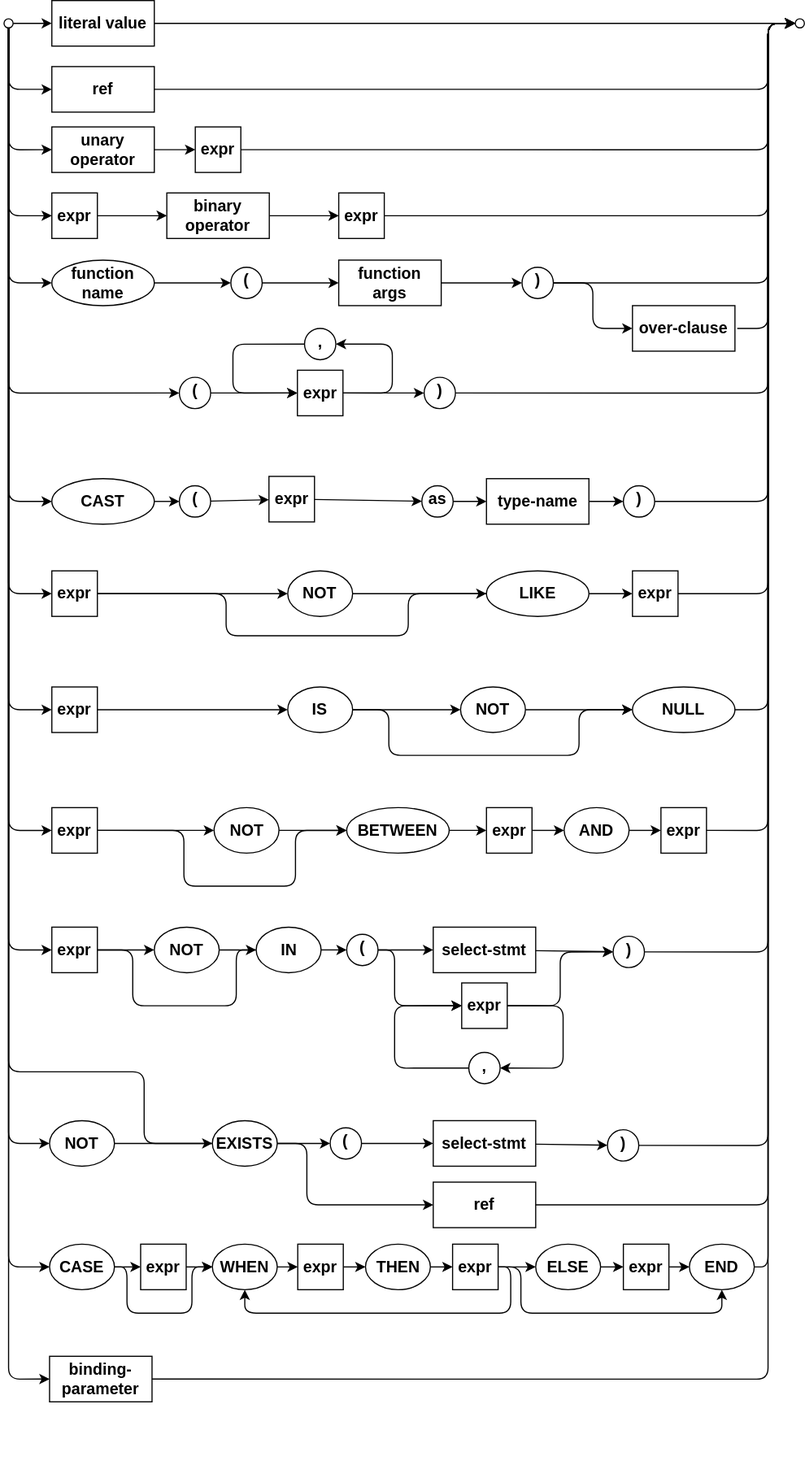
Earlier version of the draw.io export assets/cxl/expr.drawio.svg (capire/docs). Source tidied: cells renumbered, new cells last; positions are measured from the earlier drawing's top-left corner, leaving out a move shared by most shapes.
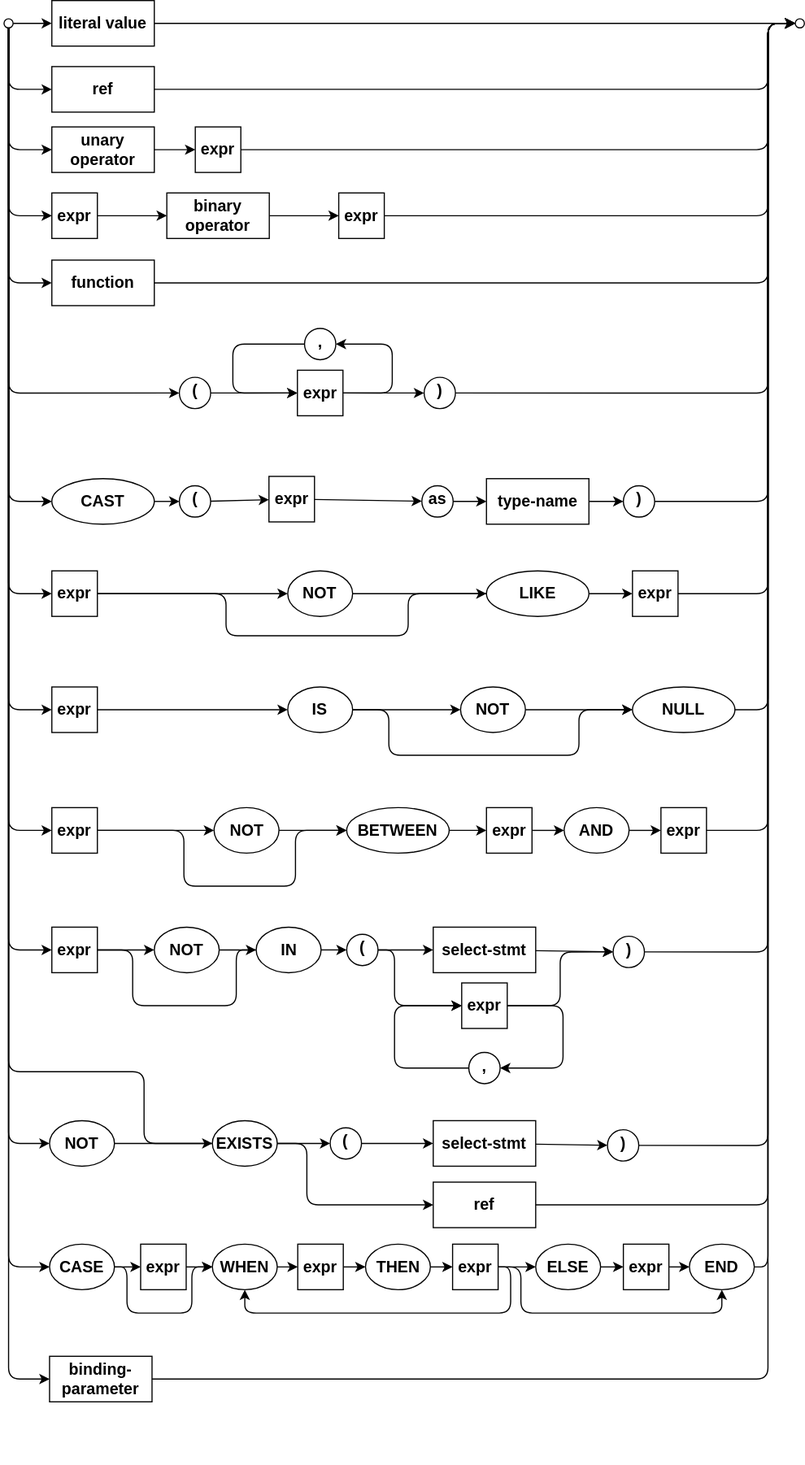
After the change.

The edit, as a diff of the source:
```diff
@@ -75,25 +75,7 @@
         </Array>
       </mxGeometry>
     </mxCell>
-    <mxCell id="20" style="edgeStyle=entityRelationEdgeStyle;startArrow=none;endArrow=classic;segment=10;curved=1;sourcePerimeterSpacing=0;targetPerimeterSpacing=0;endFill=1;textDirection=ltr;verticalAlign=middle;spacing=2;strokeWidth=1;fontSize=14;fontStyle=1;horizontal=1;html=1;labelBorderColor=none;textShadow=0;" parent="1" edge="1" source="21" target="23">
-      <mxGeometry relative="1" as="geometry" />
-    </mxCell>
-    <mxCell id="21" value="function name" style="ellipse;align=center;newEdgeStyle={&quot;edgeStyle&quot;:&quot;entityRelationEdgeStyle&quot;,&quot;startArrow&quot;:&quot;none&quot;,&quot;endArrow&quot;:&quot;none&quot;,&quot;segment&quot;:10,&quot;curved&quot;:1,&quot;sourcePerimeterSpacing&quot;:0,&quot;targetPerimeterSpacing&quot;:0};textDirection=ltr;verticalAlign=middle;spacing=2;strokeWidth=1;fontSize=14;fontStyle=1;horizontal=1;whiteSpace=wrap;html=1;labelBorderColor=none;textShadow=0;" parent="1" vertex="1">
-      <mxGeometry x="42" y="228" width="90" height="40" as="geometry" />
-    </mxCell>
-    <mxCell id="22" style="edgeStyle=none;textDirection=ltr;verticalAlign=middle;spacing=2;strokeWidth=1;fontSize=14;fontStyle=1;horizontal=1;html=1;labelBorderColor=none;textShadow=0;" parent="1" edge="1" source="23" target="25">
-      <mxGeometry relative="1" as="geometry" />
-    </mxCell>
-    <mxCell id="23" value="(" style="ellipse;verticalAlign=middle;spacingBottom=4;textDirection=ltr;spacing=2;strokeWidth=1;fontSize=14;fontStyle=1;horizontal=1;whiteSpace=wrap;html=1;labelBorderColor=none;textShadow=0;" parent="1" vertex="1">
-      <mxGeometry x="199.2" y="234.2" width="27.5" height="27.5" as="geometry" />
-    </mxCell>
-    <mxCell id="24" style="edgeStyle=none;entryX=0;entryY=0.5;entryDx=0;entryDy=0;textDirection=ltr;verticalAlign=middle;spacing=2;strokeWidth=1;fontSize=14;fontStyle=1;horizontal=1;html=1;labelBorderColor=none;textShadow=0;" parent="1" edge="1" source="25" target="32">
-      <mxGeometry relative="1" as="geometry" />
-    </mxCell>
-    <mxCell id="25" value="function args" style="rounded=0;strokeWidth=1;arcSize=37;textDirection=ltr;verticalAlign=middle;spacing=2;fontSize=14;fontStyle=1;horizontal=1;whiteSpace=wrap;html=1;labelBorderColor=none;textShadow=0;perimeterSpacing=0;fillStyle=auto;" parent="1" vertex="1">
-      <mxGeometry x="294" y="228" width="90" height="40" as="geometry" />
-    </mxCell>
-    <mxCell id="26" style="edgeStyle=orthogonalEdgeStyle;rounded=1;jettySize=auto;exitX=1;exitY=0.5;exitDx=0;exitDy=0;entryX=0;entryY=0.5;entryDx=0;entryDy=0;startArrow=none;startFill=0;endArrow=classic;endFill=1;startSize=6;endSize=6;align=center;textDirection=ltr;verticalAlign=middle;spacing=2;strokeWidth=1;fontSize=14;fontStyle=1;horizontal=1;html=1;labelBorderColor=none;textShadow=0;" parent="1" edge="1" source="32" target="7">
+    <mxCell id="26" style="edgeStyle=orthogonalEdgeStyle;rounded=1;jettySize=auto;exitX=1;exitY=0.5;exitDx=0;exitDy=0;entryX=0;entryY=0.5;entryDx=0;entryDy=0;startArrow=none;startFill=0;endArrow=classic;endFill=1;startSize=6;endSize=6;align=center;textDirection=ltr;verticalAlign=middle;spacing=2;strokeWidth=1;fontSize=14;fontStyle=1;horizontal=1;html=1;labelBorderColor=none;textShadow=0;" parent="1" edge="1" source="153" target="7">
       <mxGeometry relative="1" as="geometry">
         <Array as="points">
           <mxPoint x="671" y="248" />
@@ -101,13 +83,7 @@
         </Array>
       </mxGeometry>
     </mxCell>
-    <mxCell id="27" value="over-clause" style="rounded=0;strokeWidth=1;arcSize=37;textDirection=ltr;verticalAlign=middle;spacing=2;fontSize=14;fontStyle=1;horizontal=1;whiteSpace=wrap;html=1;labelBorderColor=none;textShadow=0;" parent="1" vertex="1">
-      <mxGeometry x="552" y="268" width="90" height="40" as="geometry" />
-    </mxCell>
-    <mxCell id="28" style="edgeStyle=orthogonalEdgeStyle;rounded=1;jettySize=auto;exitX=1;exitY=0.5;exitDx=0;exitDy=0;entryX=0;entryY=0.5;entryDx=0;entryDy=0;startArrow=none;startFill=0;endArrow=classic;endFill=1;startSize=6;endSize=6;align=center;textDirection=ltr;verticalAlign=middle;spacing=2;strokeWidth=1;fontSize=14;fontStyle=1;horizontal=1;html=1;labelBorderColor=none;textShadow=0;" parent="1" edge="1" source="32" target="27">
-      <mxGeometry relative="1" as="geometry" />
-    </mxCell>
-    <mxCell id="29" style="edgeStyle=orthogonalEdgeStyle;rounded=1;jettySize=auto;exitX=0.5;exitY=1;exitDx=0;exitDy=0;entryX=0;entryY=0.5;entryDx=0;entryDy=0;startArrow=none;startFill=0;endArrow=classic;endFill=1;startSize=6;endSize=6;align=center;textDirection=ltr;verticalAlign=middle;spacing=2;strokeWidth=1;fontSize=14;fontStyle=1;horizontal=1;html=1;labelBorderColor=none;textShadow=0;" parent="1" edge="1" source="4" target="21">
+    <mxCell id="29" style="edgeStyle=orthogonalEdgeStyle;rounded=1;jettySize=auto;exitX=0.5;exitY=1;exitDx=0;exitDy=0;entryX=0;entryY=0.5;entryDx=0;entryDy=0;startArrow=none;startFill=0;endArrow=classic;endFill=1;startSize=6;endSize=6;align=center;textDirection=ltr;verticalAlign=middle;spacing=2;strokeWidth=1;fontSize=14;fontStyle=1;horizontal=1;html=1;labelBorderColor=none;textShadow=0;" parent="1" edge="1" source="4" target="153">
       <mxGeometry relative="1" as="geometry" />
     </mxCell>
     <mxCell id="30" style="edgeStyle=none;textDirection=ltr;verticalAlign=middle;spacing=2;strokeWidth=1;fontSize=14;fontStyle=1;horizontal=1;html=1;labelBorderColor=none;textShadow=0;" parent="1" edge="1" source="31" target="36">
@@ -116,9 +92,6 @@
     <mxCell id="31" value="expr" style="rounded=0;strokeWidth=1;arcSize=37;textDirection=ltr;verticalAlign=middle;spacing=2;fontSize=14;fontStyle=1;horizontal=1;whiteSpace=wrap;html=1;labelBorderColor=none;textShadow=0;strokeColor=default;align=center;fontFamily=Helvetica;fontColor=default;fillColor=default;" parent="1" vertex="1">
       <mxGeometry x="257.7" y="324.8" width="40" height="40" as="geometry" />
     </mxCell>
-    <mxCell id="32" value=")" style="ellipse;verticalAlign=middle;spacingBottom=4;textDirection=ltr;spacing=2;strokeWidth=1;fontSize=14;fontStyle=1;horizontal=1;whiteSpace=wrap;html=1;labelBorderColor=none;textShadow=0;" parent="1" vertex="1">
-      <mxGeometry x="455" y="234.2" width="27.5" height="27.5" as="geometry" />
-    </mxCell>
     <mxCell id="33" style="edgeStyle=none;entryX=0;entryY=0.5;entryDx=0;entryDy=0;textDirection=ltr;verticalAlign=middle;spacing=2;strokeWidth=1;fontSize=14;fontStyle=1;horizontal=1;html=1;labelBorderColor=none;textShadow=0;" parent="1" edge="1" source="34" target="31">
       <mxGeometry relative="1" as="geometry" />
     </mxCell>
@@ -158,15 +131,6 @@
     <mxCell id="40" style="edgeStyle=orthogonalEdgeStyle;rounded=1;jettySize=auto;exitX=0.5;exitY=1;exitDx=0;exitDy=0;entryX=0;entryY=0.5;entryDx=0;entryDy=0;startArrow=none;startFill=0;endArrow=classic;endFill=1;startSize=6;endSize=6;align=center;textDirection=ltr;verticalAlign=middle;spacing=2;strokeWidth=1;fontSize=14;fontStyle=1;horizontal=1;html=1;labelBorderColor=none;textShadow=0;" parent="1" edge="1" source="4" target="34">
       <mxGeometry relative="1" as="geometry" />
     </mxCell>
-    <mxCell id="41" style="edgeStyle=orthogonalEdgeStyle;rounded=1;jettySize=auto;exitX=1;exitY=0.5;exitDx=0;exitDy=0;entryX=0;entryY=0.5;entryDx=0;entryDy=0;startArrow=none;startFill=0;endArrow=classic;endFill=1;startSize=6;endSize=6;align=center;textDirection=ltr;verticalAlign=middle;spacing=2;strokeWidth=1;fontSize=14;fontStyle=1;horizontal=1;html=1;labelBorderColor=none;textShadow=0;" parent="1" edge="1" target="7">
-      <mxGeometry relative="1" as="geometry">
-        <mxPoint x="644" y="288" as="sourcePoint" />
-        <Array as="points">
-          <mxPoint x="671" y="288" />
-          <mxPoint x="671" y="20" />
-        </Array>
-      </mxGeometry>
-    </mxCell>
     <mxCell id="42" style="edgeStyle=entityRelationEdgeStyle;startArrow=none;endArrow=classic;segment=10;curved=1;sourcePerimeterSpacing=0;targetPerimeterSpacing=0;endFill=1;textDirection=ltr;verticalAlign=middle;spacing=2;strokeWidth=1;fontSize=14;fontStyle=1;horizontal=1;html=1;labelBorderColor=none;textShadow=0;" parent="1" edge="1" target="45">
       <mxGeometry relative="1" as="geometry">
         <mxPoint x="131" y="440" as="sourcePoint" />
@@ -622,5 +586,8 @@
         </Array>
       </mxGeometry>
     </mxCell>
+    <mxCell id="153" value="function" style="rounded=0;strokeWidth=1;arcSize=37;textDirection=ltr;verticalAlign=middle;spacing=2;fontSize=14;fontStyle=1;horizontal=1;whiteSpace=wrap;html=1;labelBorderColor=none;textShadow=0;perimeterSpacing=0;fillStyle=auto;" parent="1" vertex="1">
+      <mxGeometry x="42" y="228" width="90" height="40" as="geometry" />
+    </mxCell>
   </root>
 </mxGraphModel>
```
